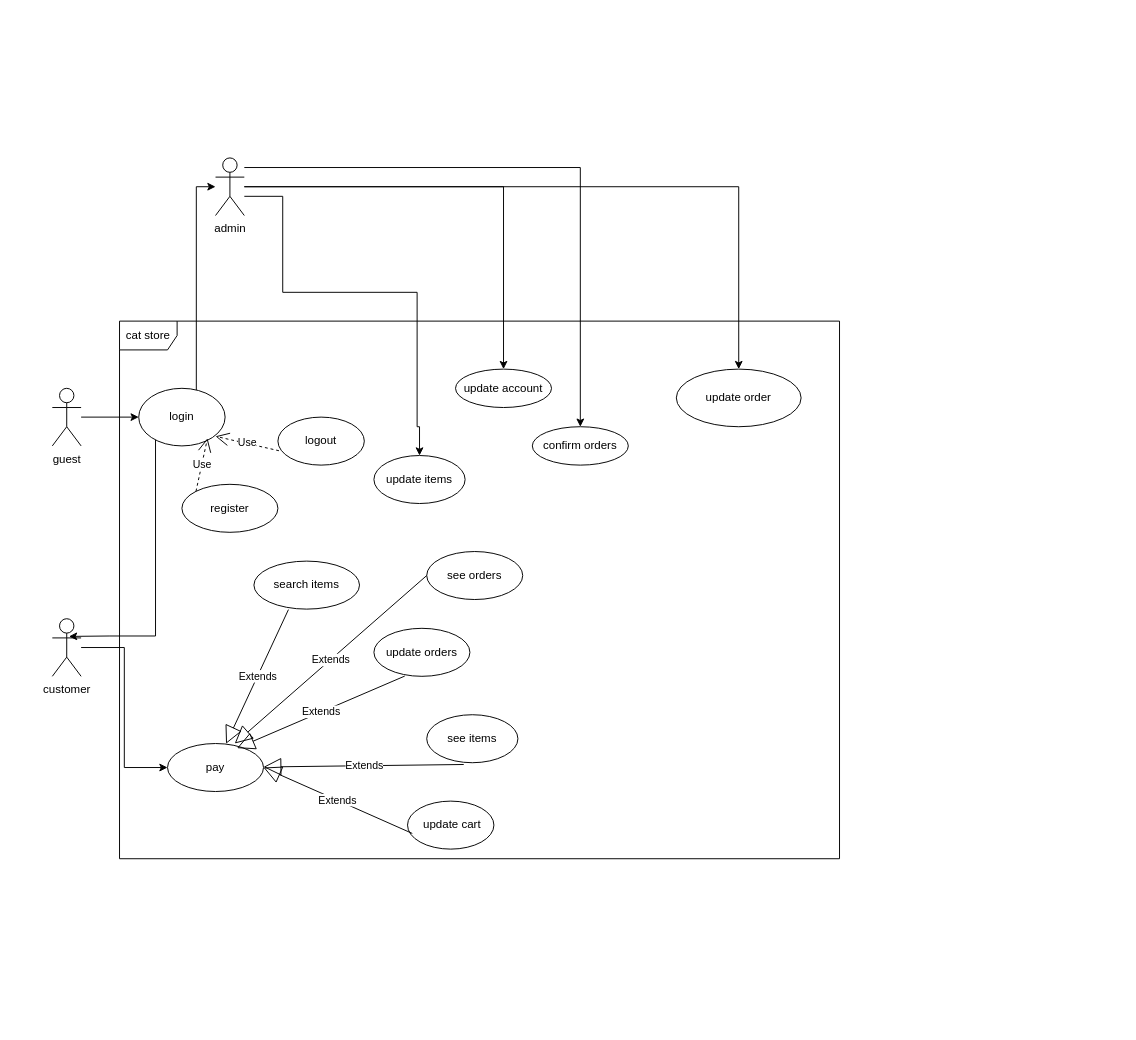
Earlier version of the draw.io diagram page "use case" (1 of 3) of docs/cat-store.drawio (anh0701/cat-store). Source tidied: cells renumbered, new cells numbered last; positions are measured from the earlier drawing's top-left corner, leaving out a move shared by most shapes. Both pictures are drawn from the tidied source at 96%, with x=0, y=0 at pixel (52, 157).
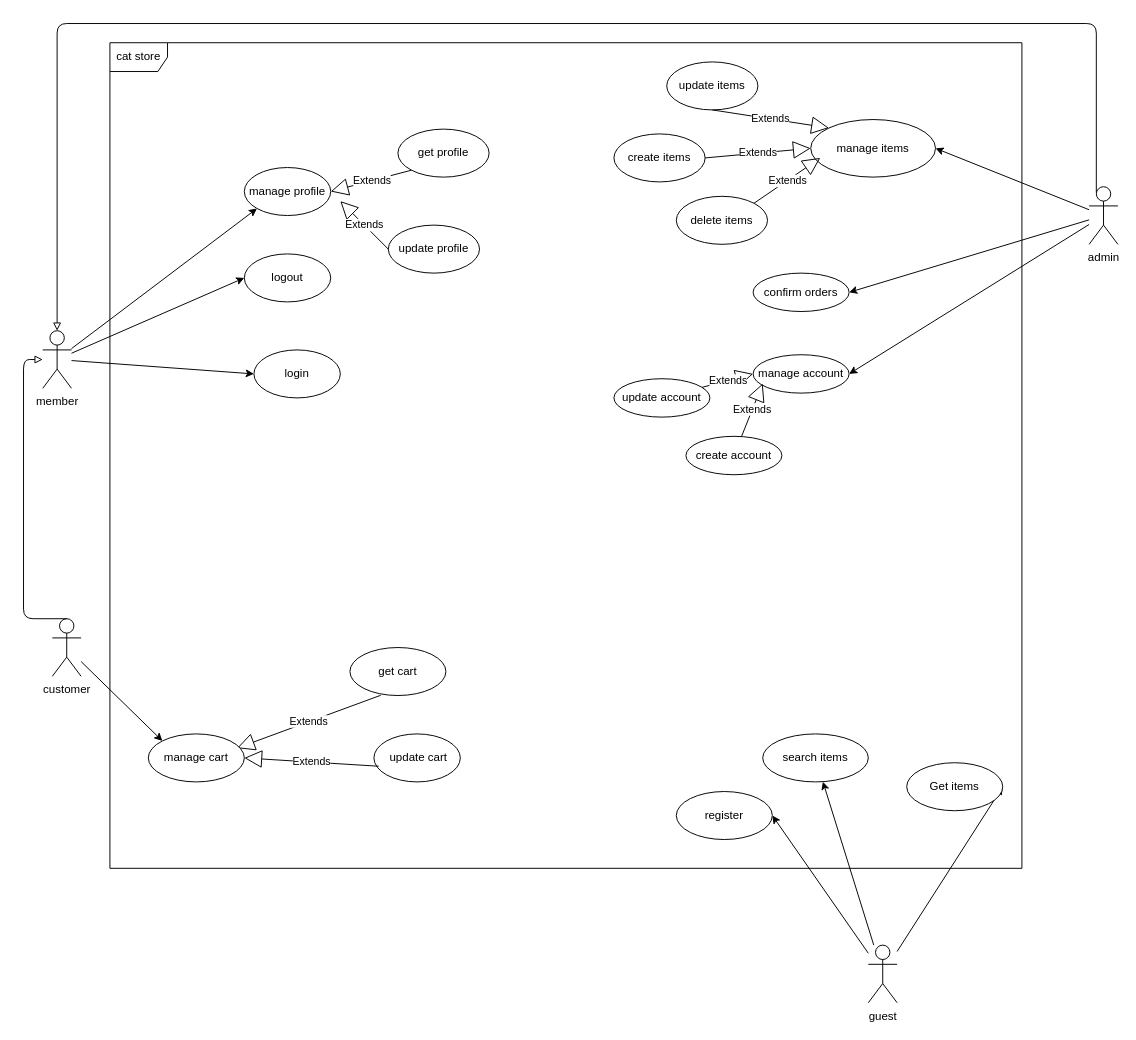
The same page after the edit.

Unchanged cells that the change refers to:
```xml
<mxCell id="12" value="customer" style="shape=umlActor;verticalLabelPosition=bottom;verticalAlign=top;html=1;" parent="1" vertex="1">
  <mxGeometry y="480" width="30" height="60" as="geometry" />
</mxCell>
```

The edit, as a diff of the source:
```diff
@@
-    <mxCell id="2" style="edgeStyle=orthogonalEdgeStyle;rounded=0;jettySize=auto;html=1;entryX=0;entryY=0.5;entryDx=0;entryDy=0;" parent="1" edge="1" source="3" target="5">
-      <mxGeometry relative="1" as="geometry" />
-    </mxCell>
+    <mxCell id="34" style="edgeStyle=none;html=1;entryX=1;entryY=0.5;entryDx=0;entryDy=0;" parent="1" edge="1" source="3" target="17">
+      <mxGeometry relative="1" as="geometry" />
+    </mxCell>
+    <mxCell id="35" style="edgeStyle=none;html=1;entryX=1;entryY=0.5;entryDx=0;entryDy=0;" parent="1" edge="1" source="3" target="44">
+      <mxGeometry relative="1" as="geometry" />
+    </mxCell>
+    <mxCell id="36" style="edgeStyle=none;html=1;" parent="1" edge="1" source="3" target="29">
+      <mxGeometry relative="1" as="geometry" />
+    </mxCell>
     <mxCell id="3" value="guest" style="shape=umlActor;verticalLabelPosition=bottom;verticalAlign=top;html=1;" parent="1" vertex="1">
-      <mxGeometry y="240" width="30" height="60" as="geometry" />
+      <mxGeometry x="850" y="820" width="30" height="60" as="geometry" />
     </mxCell>
-    <mxCell id="4" style="edgeStyle=orthogonalEdgeStyle;rounded=0;jettySize=auto;html=1;" parent="1" edge="1" source="5" target="10">
-      <mxGeometry relative="1" as="geometry">
-        <Array as="points">
-          <mxPoint x="150" y="30" />
-        </Array>
-      </mxGeometry>
-    </mxCell>
-    <mxCell id="5" value="login" style="ellipse;whiteSpace=wrap;html=1;" parent="1" vertex="1">
-      <mxGeometry x="90" y="240" width="90" height="60" as="geometry" />
-    </mxCell>
-    <mxCell id="6" style="edgeStyle=orthogonalEdgeStyle;rounded=0;jettySize=auto;html=1;entryX=0.5;entryY=0;entryDx=0;entryDy=0;" parent="1" edge="1" source="10" target="26">
-      <mxGeometry relative="1" as="geometry">
-        <Array as="points">
-          <mxPoint x="240" y="40" />
-          <mxPoint x="240" y="140" />
-          <mxPoint x="380" y="140" />
-          <mxPoint x="380" y="280" />
-          <mxPoint x="382" y="280" />
-        </Array>
-      </mxGeometry>
-    </mxCell>
-    <mxCell id="7" style="edgeStyle=orthogonalEdgeStyle;rounded=0;jettySize=auto;html=1;entryX=0.5;entryY=0;entryDx=0;entryDy=0;" parent="1" edge="1" target="27">
-      <mxGeometry relative="1" as="geometry">
-        <mxPoint x="200" y="30" as="sourcePoint" />
-        <Array as="points">
-          <mxPoint x="470" y="30" />
-        </Array>
-      </mxGeometry>
-    </mxCell>
+    <mxCell id="9" style="edgeStyle=none;html=1;entryX=1;entryY=0.5;entryDx=0;entryDy=0;" parent="1" edge="1" source="10" target="33">
+      <mxGeometry relative="1" as="geometry" />
+    </mxCell>
-    <mxCell id="8" style="edgeStyle=orthogonalEdgeStyle;rounded=0;jettySize=auto;html=1;entryX=0.5;entryY=0;entryDx=0;entryDy=0;" parent="1" edge="1" source="10" target="28">
-      <mxGeometry relative="1" as="geometry">
-        <Array as="points">
-          <mxPoint x="550" y="10" />
-        </Array>
-      </mxGeometry>
+    <mxCell id="8" style="edgeStyle=none;html=1;entryX=1;entryY=0.5;entryDx=0;entryDy=0;" parent="1" edge="1" source="10" target="28">
+      <mxGeometry relative="1" as="geometry" />
     </mxCell>
-    <mxCell id="9" style="edgeStyle=orthogonalEdgeStyle;rounded=0;jettySize=auto;html=1;entryX=0.5;entryY=0;entryDx=0;entryDy=0;" parent="1" edge="1" source="10" target="33">
-      <mxGeometry relative="1" as="geometry" />
-    </mxCell>
+    <mxCell id="37" style="edgeStyle=none;html=1;entryX=1;entryY=0.5;entryDx=0;entryDy=0;" parent="1" edge="1" source="10" target="27">
+      <mxGeometry relative="1" as="geometry" />
+    </mxCell>
     <mxCell id="10" value="admin" style="shape=umlActor;verticalLabelPosition=bottom;verticalAlign=top;html=1;" parent="1" vertex="1">
-      <mxGeometry x="170" width="30" height="60" as="geometry" />
+      <mxGeometry x="1080" y="30" width="30" height="60" as="geometry" />
     </mxCell>
-    <mxCell id="11" style="edgeStyle=orthogonalEdgeStyle;rounded=0;jettySize=auto;html=1;entryX=0;entryY=0.5;entryDx=0;entryDy=0;" parent="1" edge="1" source="12" target="15">
-      <mxGeometry relative="1" as="geometry" />
-    </mxCell>
+    <mxCell id="38" style="edgeStyle=none;html=1;entryX=0;entryY=0;entryDx=0;entryDy=0;" parent="1" edge="1" source="12" target="51">
+      <mxGeometry relative="1" as="geometry" />
+    </mxCell>
@@
     <mxCell id="13" value="cat store" style="shape=umlFrame;whiteSpace=wrap;html=1;" parent="1" vertex="1">
-      <mxGeometry x="70" y="170" width="750" height="560" as="geometry" />
+      <mxGeometry x="60" y="-120" width="950" height="860" as="geometry" />
     </mxCell>
-    <mxCell id="14" style="edgeStyle=orthogonalEdgeStyle;rounded=0;jettySize=auto;html=1;entryX=0.579;entryY=0.307;entryDx=0;entryDy=0;entryPerimeter=0;" parent="1" edge="1" target="12">
-      <mxGeometry relative="1" as="geometry">
-        <mxPoint x="107.5" y="293.8" as="sourcePoint" />
-        <Array as="points">
-          <mxPoint x="108" y="498" />
-          <mxPoint x="60" y="498" />
-        </Array>
-      </mxGeometry>
-    </mxCell>
-    <mxCell id="15" value="pay" style="ellipse;whiteSpace=wrap;html=1;" parent="1" vertex="1">
-      <mxGeometry x="120" y="610" width="100" height="50" as="geometry" />
-    </mxCell>
-    <mxCell id="16" value="see items" style="ellipse;whiteSpace=wrap;html=1;" parent="1" vertex="1">
-      <mxGeometry x="390" y="580" width="95" height="50" as="geometry" />
-    </mxCell>
     <mxCell id="17" value="register" style="ellipse;whiteSpace=wrap;html=1;" parent="1" vertex="1">
-      <mxGeometry x="135" y="340" width="100" height="50" as="geometry" />
+      <mxGeometry x="650" y="660" width="100" height="50" as="geometry" />
     </mxCell>
-    <mxCell id="18" value="Use" style="endArrow=open;endSize=12;dashed=1;html=1;rounded=0;exitX=0;exitY=0;exitDx=0;exitDy=0;entryX=0.796;entryY=0.867;entryDx=0;entryDy=0;entryPerimeter=0;" parent="1" edge="1" source="17" target="5">
-      <mxGeometry relative="1" as="geometry" />
-    </mxCell>
     <mxCell id="19" value="logout" style="ellipse;whiteSpace=wrap;html=1;" parent="1" vertex="1">
-      <mxGeometry x="235" y="270" width="90" height="50" as="geometry" />
+      <mxGeometry x="200" y="100" width="90" height="50" as="geometry" />
     </mxCell>
-    <mxCell id="20" value="Use" style="endArrow=open;endSize=12;dashed=1;html=1;rounded=0;exitX=0.012;exitY=0.7;exitDx=0;exitDy=0;exitPerimeter=0;" parent="1" edge="1" source="19">
-      <mxGeometry relative="1" as="geometry">
-        <mxPoint x="170" y="290" as="targetPoint" />
-      </mxGeometry>
-    </mxCell>
     <mxCell id="21" value="&amp;nbsp;update cart" style="ellipse;whiteSpace=wrap;html=1;" parent="1" vertex="1">
-      <mxGeometry x="370" y="670" width="90" height="50" as="geometry" />
+      <mxGeometry x="335" y="600" width="90" height="50" as="geometry" />
     </mxCell>
-    <mxCell id="22" value="Extends" style="endArrow=block;endSize=16;endFill=0;html=1;rounded=0;exitX=0.406;exitY=1.037;exitDx=0;exitDy=0;exitPerimeter=0;" parent="1" edge="1" source="16" target="15">
-      <mxGeometry relative="1" as="geometry" />
-    </mxCell>
-    <mxCell id="23" value="Extends" style="endArrow=block;endSize=16;endFill=0;html=1;rounded=0;exitX=0.055;exitY=0.673;exitDx=0;exitDy=0;exitPerimeter=0;entryX=1;entryY=0.5;entryDx=0;entryDy=0;" parent="1" edge="1" source="21" target="15">
+    <mxCell id="23" value="Extends" style="endArrow=block;endSize=16;endFill=0;html=1;rounded=0;exitX=0.055;exitY=0.673;exitDx=0;exitDy=0;exitPerimeter=0;entryX=1;entryY=0.5;entryDx=0;entryDy=0;" parent="1" edge="1" source="21" target="51">
       <mxGeometry relative="1" as="geometry" />
     </mxCell>
-    <mxCell id="24" value="update orders" style="ellipse;whiteSpace=wrap;html=1;" parent="1" vertex="1">
-      <mxGeometry x="335" y="490" width="100" height="50" as="geometry" />
+    <mxCell id="24" value="get cart" style="ellipse;whiteSpace=wrap;html=1;" parent="1" vertex="1">
+      <mxGeometry x="310" y="510" width="100" height="50" as="geometry" />
     </mxCell>
@@
     <mxCell id="26" value="update items" style="ellipse;whiteSpace=wrap;html=1;" parent="1" vertex="1">
-      <mxGeometry x="335" y="310" width="95" height="50" as="geometry" />
+      <mxGeometry x="640" y="-100" width="95" height="50" as="geometry" />
     </mxCell>
-    <mxCell id="27" value="update account" style="ellipse;whiteSpace=wrap;html=1;" parent="1" vertex="1">
-      <mxGeometry x="420" y="220" width="100" height="40" as="geometry" />
+    <mxCell id="27" value="manage account" style="ellipse;whiteSpace=wrap;html=1;" parent="1" vertex="1">
+      <mxGeometry x="730" y="205" width="100" height="40" as="geometry" />
     </mxCell>
     <mxCell id="28" value="confirm orders" style="ellipse;whiteSpace=wrap;html=1;" parent="1" vertex="1">
-      <mxGeometry x="500" y="280" width="100" height="40" as="geometry" />
+      <mxGeometry x="730" y="120" width="100" height="40" as="geometry" />
     </mxCell>
     <mxCell id="29" value="search items" style="ellipse;whiteSpace=wrap;html=1;" parent="1" vertex="1">
-      <mxGeometry x="210" y="420" width="110" height="50" as="geometry" />
+      <mxGeometry x="740" y="600" width="110" height="50" as="geometry" />
     </mxCell>
-    <mxCell id="30" value="Extends" style="endArrow=block;endSize=16;endFill=0;html=1;rounded=0;exitX=0.327;exitY=1.01;exitDx=0;exitDy=0;exitPerimeter=0;entryX=0.61;entryY=0.005;entryDx=0;entryDy=0;entryPerimeter=0;" parent="1" edge="1" source="29" target="15">
-      <mxGeometry relative="1" as="geometry" />
-    </mxCell>
-    <mxCell id="31" value="see orders" style="ellipse;whiteSpace=wrap;html=1;" parent="1" vertex="1">
-      <mxGeometry x="390" y="410" width="100" height="50" as="geometry" />
-    </mxCell>
-    <mxCell id="32" value="Extends" style="endArrow=block;endSize=16;endFill=0;html=1;rounded=0;exitX=0;exitY=0.5;exitDx=0;exitDy=0;" parent="1" edge="1" source="31">
-      <mxGeometry relative="1" as="geometry">
-        <mxPoint x="190" y="610" as="targetPoint" />
-      </mxGeometry>
-    </mxCell>
-    <mxCell id="33" value="update order" style="ellipse;whiteSpace=wrap;html=1;" parent="1" vertex="1">
-      <mxGeometry x="650" y="220" width="130" height="60" as="geometry" />
+    <mxCell id="33" value="manage items" style="ellipse;whiteSpace=wrap;html=1;" parent="1" vertex="1">
+      <mxGeometry x="790" y="-40" width="130" height="60" as="geometry" />
     </mxCell>
+    <mxCell id="39" style="endArrow=block;html=1;endFill=0;edgeStyle=elbowEdgeStyle;elbow=vertical;exitX=0.5;exitY=0;exitDx=0;exitDy=0;exitPerimeter=0;" parent="1" edge="1" source="12" target="43">
+      <mxGeometry relative="1" as="geometry">
+        <Array as="points">
+          <mxPoint x="-30" y="280" />
+          <mxPoint x="15" y="390" />
+        </Array>
+      </mxGeometry>
+    </mxCell>
+    <mxCell id="40" style="edgeStyle=none;html=1;entryX=0;entryY=0.5;entryDx=0;entryDy=0;" parent="1" edge="1" source="43" target="19">
+      <mxGeometry relative="1" as="geometry" />
+    </mxCell>
+    <mxCell id="41" style="edgeStyle=none;html=1;entryX=0;entryY=0.5;entryDx=0;entryDy=0;" parent="1" edge="1" source="43" target="5">
+      <mxGeometry relative="1" as="geometry" />
+    </mxCell>
+    <mxCell id="42" style="edgeStyle=none;html=1;entryX=0;entryY=1;entryDx=0;entryDy=0;" parent="1" edge="1" source="43" target="45">
+      <mxGeometry relative="1" as="geometry" />
+    </mxCell>
+    <mxCell id="43" value="member" style="shape=umlActor;verticalLabelPosition=bottom;verticalAlign=top;html=1;outlineConnect=0;" parent="1" vertex="1">
+      <mxGeometry x="-10" y="180" width="30" height="60" as="geometry" />
+    </mxCell>
+    <mxCell id="5" value="login" style="ellipse;whiteSpace=wrap;html=1;" parent="1" vertex="1">
+      <mxGeometry x="210" y="200" width="90" height="50" as="geometry" />
+    </mxCell>
+    <mxCell id="44" value="Get items" style="ellipse;whiteSpace=wrap;html=1;" parent="1" vertex="1">
+      <mxGeometry x="890" y="630" width="100" height="50" as="geometry" />
+    </mxCell>
+    <mxCell id="45" value="manage profile" style="ellipse;whiteSpace=wrap;html=1;" parent="1" vertex="1">
+      <mxGeometry x="200" y="10" width="90" height="50" as="geometry" />
+    </mxCell>
+    <mxCell id="46" value="get profile" style="ellipse;whiteSpace=wrap;html=1;" parent="1" vertex="1">
+      <mxGeometry x="360" y="-30" width="95" height="50" as="geometry" />
+    </mxCell>
+    <mxCell id="47" value="update profile" style="ellipse;whiteSpace=wrap;html=1;" parent="1" vertex="1">
+      <mxGeometry x="350" y="70" width="95" height="50" as="geometry" />
+    </mxCell>
+    <mxCell id="48" value="Extends" style="endArrow=block;endSize=16;endFill=0;html=1;rounded=0;exitX=0;exitY=1;exitDx=0;exitDy=0;entryX=1;entryY=0.5;entryDx=0;entryDy=0;" parent="1" edge="1" source="46" target="45">
+      <mxGeometry relative="1" as="geometry" />
+    </mxCell>
+    <mxCell id="49" value="Extends" style="endArrow=block;endSize=16;endFill=0;html=1;rounded=0;exitX=0;exitY=0.5;exitDx=0;exitDy=0;entryX=1;entryY=0.5;entryDx=0;entryDy=0;" parent="1" edge="1" source="47">
+      <mxGeometry relative="1" as="geometry">
+        <mxPoint x="300" y="45" as="targetPoint" />
+      </mxGeometry>
+    </mxCell>
+    <mxCell id="50" style="endArrow=block;html=1;endFill=0;edgeStyle=elbowEdgeStyle;elbow=vertical;exitX=0.25;exitY=0.1;exitDx=0;exitDy=0;exitPerimeter=0;entryX=0.5;entryY=0;entryDx=0;entryDy=0;entryPerimeter=0;" parent="1" edge="1" source="10" target="43">
+      <mxGeometry relative="1" as="geometry">
+        <Array as="points">
+          <mxPoint x="510" y="-140" />
+        </Array>
+      </mxGeometry>
+    </mxCell>
+    <mxCell id="51" value="manage cart" style="ellipse;whiteSpace=wrap;html=1;" parent="1" vertex="1">
+      <mxGeometry x="100" y="600" width="100" height="50" as="geometry" />
+    </mxCell>
+    <mxCell id="52" value="create items" style="ellipse;whiteSpace=wrap;html=1;" parent="1" vertex="1">
+      <mxGeometry x="585" y="-25" width="95" height="50" as="geometry" />
+    </mxCell>
+    <mxCell id="53" value="delete items" style="ellipse;whiteSpace=wrap;html=1;" parent="1" vertex="1">
+      <mxGeometry x="650" y="40" width="95" height="50" as="geometry" />
+    </mxCell>
+    <mxCell id="54" value="Extends" style="endArrow=block;endSize=16;endFill=0;html=1;rounded=0;exitX=1;exitY=0.5;exitDx=0;exitDy=0;entryX=0;entryY=0.5;entryDx=0;entryDy=0;" parent="1" edge="1" source="52" target="33">
+      <mxGeometry relative="1" as="geometry" />
+    </mxCell>
+    <mxCell id="55" value="Extends" style="endArrow=block;endSize=16;endFill=0;html=1;rounded=0;exitX=1;exitY=0;exitDx=0;exitDy=0;entryX=0;entryY=0.5;entryDx=0;entryDy=0;" parent="1" edge="1" source="53">
+      <mxGeometry relative="1" as="geometry">
+        <mxPoint x="800" as="targetPoint" />
+      </mxGeometry>
+    </mxCell>
+    <mxCell id="56" value="Extends" style="endArrow=block;endSize=16;endFill=0;html=1;rounded=0;entryX=0;entryY=0;entryDx=0;entryDy=0;exitX=0.5;exitY=1;exitDx=0;exitDy=0;" parent="1" edge="1" source="26" target="33">
+      <mxGeometry relative="1" as="geometry" />
+    </mxCell>
+    <mxCell id="57" value="create account" style="ellipse;whiteSpace=wrap;html=1;" parent="1" vertex="1">
+      <mxGeometry x="660" y="290" width="100" height="40" as="geometry" />
+    </mxCell>
+    <mxCell id="58" value="update account" style="ellipse;whiteSpace=wrap;html=1;" parent="1" vertex="1">
+      <mxGeometry x="585" y="230" width="100" height="40" as="geometry" />
+    </mxCell>
+    <mxCell id="59" value="Extends" style="endArrow=block;endSize=16;endFill=0;html=1;rounded=0;entryX=0;entryY=0.5;entryDx=0;entryDy=0;" parent="1" edge="1" source="58" target="27">
+      <mxGeometry relative="1" as="geometry" />
+    </mxCell>
+    <mxCell id="60" value="Extends" style="endArrow=block;endSize=16;endFill=0;html=1;rounded=0;entryX=0;entryY=0.5;entryDx=0;entryDy=0;" parent="1" edge="1" source="57">
+      <mxGeometry relative="1" as="geometry">
+        <mxPoint x="740" y="235" as="targetPoint" />
+      </mxGeometry>
+    </mxCell>
```
